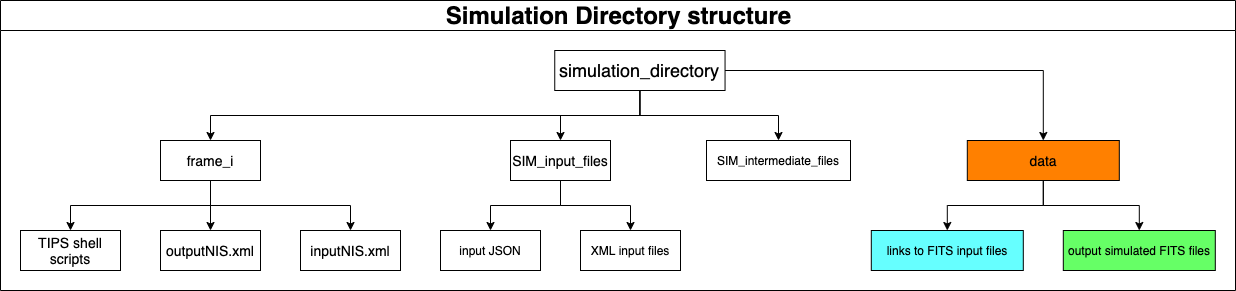
Above: figures/TIPS_usage-sir_runner_dir_structure.png in LucaPaganin/TIPS_Usage (draw.io), before the change. Source tidied: cells renumbered, new cells last; positions are measured from the earlier drawing's top-left corner, leaving out a move shared by most shapes.
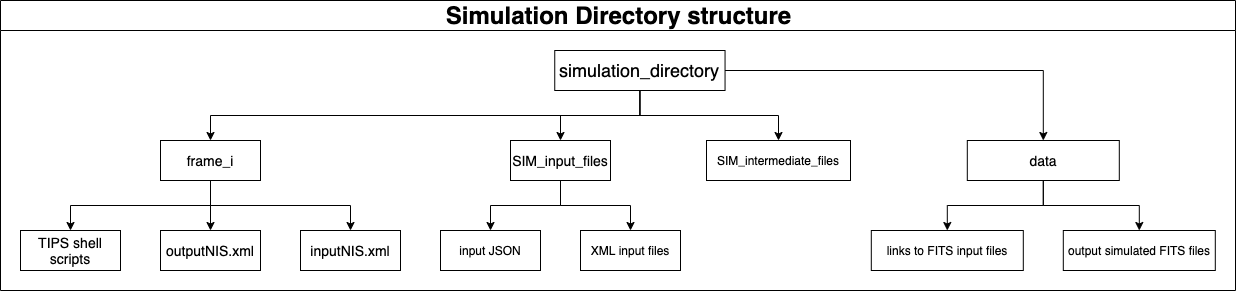
After the change.

Diff of the diagram source:
```diff
@@ -41,19 +41,19 @@
     <mxCell id="14" style="edgeStyle=orthogonalEdgeStyle;rounded=0;jettySize=auto;html=1;" parent="2" edge="1" source="3" target="15">
       <mxGeometry relative="1" as="geometry" />
     </mxCell>
-    <mxCell id="15" value="&lt;font style=&quot;font-size: 14px&quot;&gt;data&lt;/font&gt;" style="whiteSpace=wrap;html=1;fillColor=#FF8000;" parent="2" vertex="1">
+    <mxCell id="15" value="&lt;font style=&quot;font-size: 14px&quot;&gt;data&lt;/font&gt;" style="whiteSpace=wrap;html=1;fillColor=#FFFFFF;" parent="2" vertex="1">
       <mxGeometry x="966.8" y="140" width="152" height="40" as="geometry" />
     </mxCell>
     <mxCell id="16" style="edgeStyle=orthogonalEdgeStyle;rounded=0;jettySize=auto;html=1;" parent="2" edge="1" source="15" target="17">
       <mxGeometry relative="1" as="geometry" />
     </mxCell>
-    <mxCell id="17" value="links to FITS input files" style="whiteSpace=wrap;html=1;fillColor=#66FFFF;" parent="2" vertex="1">
+    <mxCell id="17" value="links to FITS input files" style="whiteSpace=wrap;html=1;fillColor=#FFFFFF;" parent="2" vertex="1">
       <mxGeometry x="870.8" y="230" width="152" height="40" as="geometry" />
     </mxCell>
     <mxCell id="18" style="edgeStyle=orthogonalEdgeStyle;rounded=0;jettySize=auto;html=1;" parent="2" edge="1" source="15" target="19">
       <mxGeometry relative="1" as="geometry" />
     </mxCell>
-    <mxCell id="19" value="output simulated FITS files" style="whiteSpace=wrap;html=1;strokeColor=#000000;fillColor=#66FF66;" parent="2" vertex="1">
+    <mxCell id="19" value="output simulated FITS files" style="whiteSpace=wrap;html=1;strokeColor=#000000;fillColor=#FFFFFF;" parent="2" vertex="1">
       <mxGeometry x="1062.8" y="230" width="152" height="40" as="geometry" />
     </mxCell>
     <mxCell id="20" style="edgeStyle=elbowEdgeStyle;elbow=vertical;html=1;rounded=0;" parent="2" edge="1" source="4" target="21">
```
